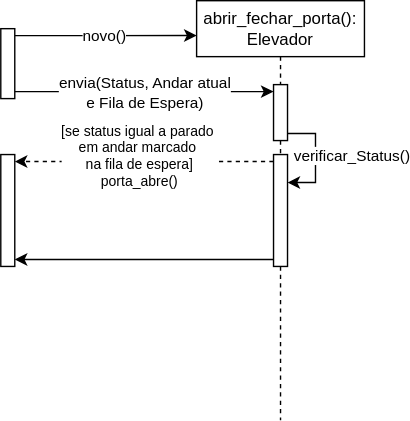
The draw.io diagram Diagrama-Sequencia/Abre_FechaPorta.svg in wholocked1/Projeto-2-modelagem, before a commit. Source tidied: cells renumbered, new cells last; positions are measured from the earlier drawing's top-left corner, leaving out a move shared by most shapes.
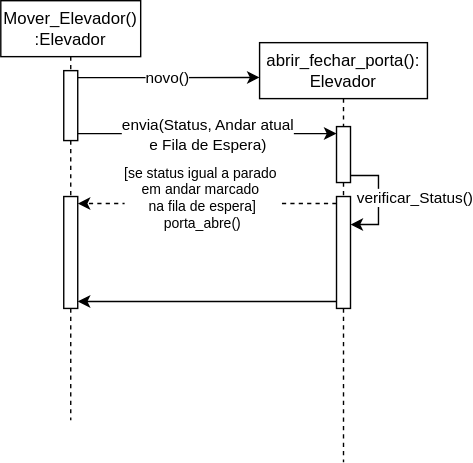
The same diagram one commit later.

What changed in the source:
```diff
@@ -2,6 +2,9 @@
   <root>
     <mxCell id="0" />
     <mxCell id="1" parent="0" />
+    <mxCell id="16" value="Mover_Elevador()&lt;div&gt;:Elevador&lt;/div&gt;" style="shape=umlLifeline;perimeter=lifelinePerimeter;whiteSpace=wrap;html=1;newEdgeStyle={&quot;curved&quot;:0,&quot;rounded&quot;:0};" parent="1" vertex="1">
+      <mxGeometry x="-45" y="-30" width="100" height="300" as="geometry" />
+    </mxCell>
     <mxCell id="2" value="abrir_fechar_porta(): Elevador" style="shape=umlLifeline;perimeter=lifelinePerimeter;whiteSpace=wrap;html=1;outlineConnect=0;portConstraint=eastwest;newEdgeStyle={&quot;curved&quot;:0,&quot;rounded&quot;:0};" parent="1" vertex="1">
       <mxGeometry x="140" width="120" height="300" as="geometry" />
     </mxCell>
```
